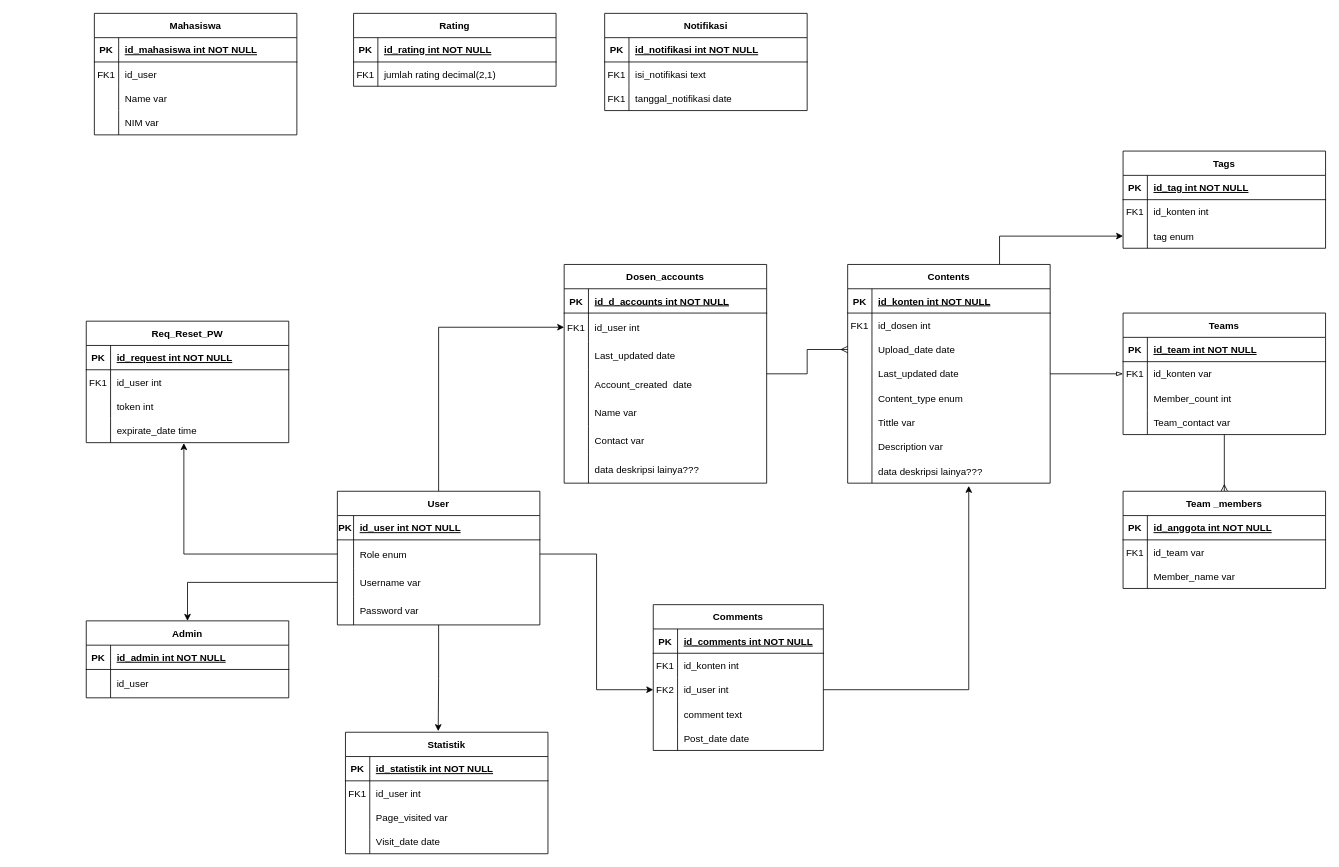
Iknip26/PAD_portofolio_TA keeps this draw.io diagram as Untitled Diagram.drawio. Above is the earlier version. Source tidied: cells renumbered, new cells numbered last; positions are measured from the earlier drawing's top-left corner, leaving out a move shared by most shapes. Both pictures are drawn from the tidied source at 81%, with x=0, y=0 at pixel (86, 13).
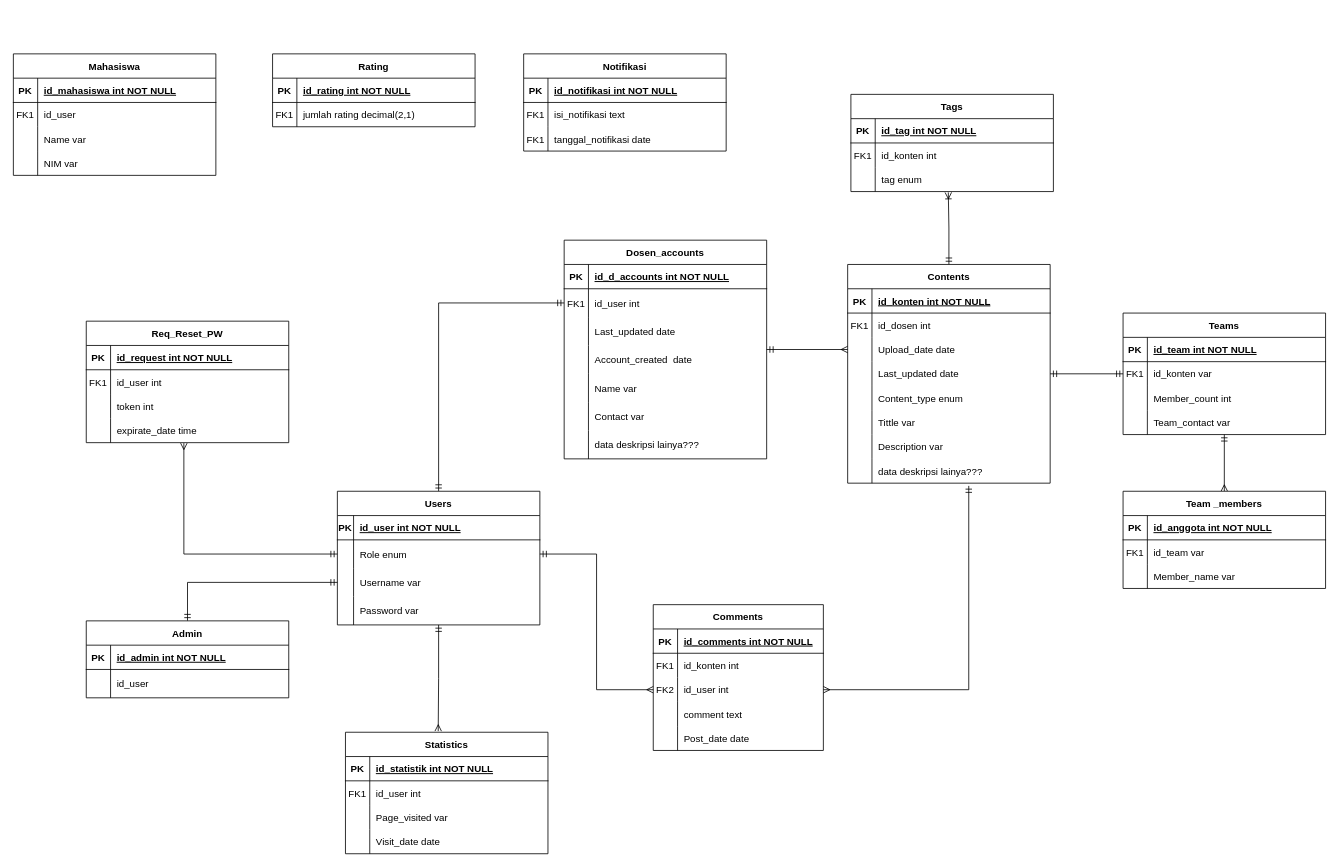
Above is the later version.

Unchanged cells that the change refers to:
```xml
<mxCell id="4" value="Contents" style="shape=table;startSize=30;childLayout=tableLayout;rowLines=0;fontStyle=1;align=center;" parent="1" vertex="1">
  <mxGeometry x="940" y="310" width="250" height="270" as="geometry" />
</mxCell>
<mxCell id="11" style="shape=partialRectangle;fillColor=none;points=[[0,0.5],[1,0.5]];portConstraint=eastwest;top=0;left=0;right=0;bottom=0;" parent="4" vertex="1">
  <mxGeometry y="90" width="250" height="30" as="geometry" />
</mxCell>
<mxCell id="26" style="shape=partialRectangle;fillColor=none;points=[[0,0.5],[1,0.5]];portConstraint=eastwest;top=0;left=0;right=0;bottom=0;" parent="4" vertex="1">
  <mxGeometry y="240" width="250" height="30" as="geometry" />
</mxCell>
<mxCell id="37" style="shape=partialRectangle;fillColor=none;points=[[0,0.5],[1,0.5]];portConstraint=eastwest;top=0;left=0;right=0;bottom=0;" parent="30" vertex="1">
  <mxGeometry y="90" width="210" height="30" as="geometry" />
</mxCell>
<mxCell id="53" style="shape=partialRectangle;fillColor=none;points=[[0,0.5],[1,0.5]];portConstraint=eastwest;top=0;left=0;right=0;bottom=0;" parent="49" vertex="1">
  <mxGeometry y="60" width="250" height="35" as="geometry" />
</mxCell>
<mxCell id="56" style="shape=partialRectangle;fillColor=none;points=[[0,0.5],[1,0.5]];portConstraint=eastwest;top=0;left=0;right=0;bottom=0;" parent="49" vertex="1">
  <mxGeometry y="95" width="250" height="35" as="geometry" />
</mxCell>
<mxCell id="70" value="Teams" style="shape=table;startSize=30;childLayout=tableLayout;rowLines=0;fontStyle=1;align=center;" parent="1" vertex="1">
  <mxGeometry x="1280" y="370" width="250" height="150" as="geometry" />
</mxCell>
<mxCell id="74" style="shape=partialRectangle;fillColor=none;points=[[0,0.5],[1,0.5]];portConstraint=eastwest;top=0;left=0;right=0;bottom=0;" parent="70" vertex="1">
  <mxGeometry y="60" width="250" height="30" as="geometry" />
</mxCell>
<mxCell id="83" value="Team _members" style="shape=table;startSize=30;childLayout=tableLayout;rowLines=0;fontStyle=1;align=center;" parent="1" vertex="1">
  <mxGeometry x="1280" y="590" width="250" height="120" as="geometry" />
</mxCell>
<mxCell id="126" style="shape=partialRectangle;fillColor=none;points=[[0,0.5],[1,0.5]];portConstraint=eastwest;top=0;left=0;right=0;bottom=0;" parent="116" vertex="1">
  <mxGeometry y="120" width="250" height="30" as="geometry" />
</mxCell>
<mxCell id="134" style="shape=partialRectangle;fillColor=none;points=[[0,0.5],[1,0.5]];portConstraint=eastwest;top=0;left=0;right=0;bottom=0;" parent="130" vertex="1">
  <mxGeometry y="60" width="250" height="35" as="geometry" />
</mxCell>
<mxCell id="152" value="Admin" style="shape=table;startSize=30;childLayout=tableLayout;rowLines=0;fontStyle=1;align=center;" parent="1" vertex="1">
  <mxGeometry y="750" width="250" height="95" as="geometry" />
</mxCell>
<mxCell id="166" style="shape=partialRectangle;fillColor=none;points=[[0,0.5],[1,0.5]];portConstraint=eastwest;top=0;left=0;right=0;bottom=0;" parent="159" vertex="1">
  <mxGeometry y="90" width="250" height="30" as="geometry" />
</mxCell>
```

Diff of the diagram source:
```diff
@@
-    <mxCell id="2" style="edgeStyle=orthogonalEdgeStyle;rounded=0;jettySize=auto;html=1;entryX=0;entryY=0.5;entryDx=0;entryDy=0;endArrow=blockThin;endFill=0;" parent="1" edge="1" source="4" target="74">
+    <mxCell id="2" style="edgeStyle=orthogonalEdgeStyle;rounded=0;jettySize=auto;html=1;entryX=0;entryY=0.5;entryDx=0;entryDy=0;endArrow=ERmandOne;endFill=0;startArrow=ERmandOne;startFill=0;" parent="1" edge="1" source="4" target="74">
       <mxGeometry relative="1" as="geometry" />
     </mxCell>
-    <mxCell id="3" style="edgeStyle=orthogonalEdgeStyle;rounded=0;jettySize=auto;html=1;exitX=0.75;exitY=0;exitDx=0;exitDy=0;entryX=0;entryY=0.5;entryDx=0;entryDy=0;" parent="1" edge="1" source="4" target="166">
+    <mxCell id="3" style="edgeStyle=orthogonalEdgeStyle;rounded=0;jettySize=auto;html=1;entryX=0.481;entryY=1.034;entryDx=0;entryDy=0;entryPerimeter=0;startArrow=ERmandOne;startFill=0;shadow=0;endArrow=ERoneToMany;endFill=0;" parent="1" edge="1" source="4" target="166">
       <mxGeometry relative="1" as="geometry" />
     </mxCell>
@@
-    <mxCell id="29" style="edgeStyle=orthogonalEdgeStyle;rounded=0;jettySize=auto;html=1;entryX=0.598;entryY=1.112;entryDx=0;entryDy=0;entryPerimeter=0;exitX=1;exitY=0.5;exitDx=0;exitDy=0;" parent="1" edge="1" source="37" target="26">
+    <mxCell id="29" style="edgeStyle=orthogonalEdgeStyle;rounded=0;jettySize=auto;html=1;entryX=0.598;entryY=1.112;entryDx=0;entryDy=0;entryPerimeter=0;exitX=1;exitY=0.5;exitDx=0;exitDy=0;startArrow=ERmany;startFill=0;endArrow=ERmandOne;endFill=0;" parent="1" edge="1" source="37" target="26">
       <mxGeometry relative="1" as="geometry">
         <Array as="points">
           <mxPoint x="1089" y="835" />
           <mxPoint x="1089" y="583" />
         </Array>
       </mxGeometry>
     </mxCell>
@@
-    <mxCell id="46" style="edgeStyle=orthogonalEdgeStyle;rounded=0;jettySize=auto;html=1;entryX=0;entryY=0.5;entryDx=0;entryDy=0;" parent="1" edge="1" source="49" target="134">
+    <mxCell id="46" style="edgeStyle=orthogonalEdgeStyle;rounded=0;jettySize=auto;html=1;entryX=0;entryY=0.5;entryDx=0;entryDy=0;startArrow=ERmandOne;startFill=0;endArrow=ERmandOne;endFill=0;" parent="1" edge="1" source="49" target="134">
       <mxGeometry relative="1" as="geometry" />
     </mxCell>
-    <mxCell id="47" style="edgeStyle=orthogonalEdgeStyle;rounded=0;jettySize=auto;html=1;entryX=0.5;entryY=0;entryDx=0;entryDy=0;exitX=0;exitY=0.5;exitDx=0;exitDy=0;" parent="1" edge="1" source="56" target="152">
+    <mxCell id="47" style="edgeStyle=orthogonalEdgeStyle;rounded=0;jettySize=auto;html=1;entryX=0.5;entryY=0;entryDx=0;entryDy=0;exitX=0;exitY=0.5;exitDx=0;exitDy=0;startArrow=ERmandOne;startFill=0;endArrow=ERmandOne;endFill=0;" parent="1" edge="1" source="56" target="152">
       <mxGeometry relative="1" as="geometry" />
     </mxCell>
-    <mxCell id="48" style="edgeStyle=orthogonalEdgeStyle;rounded=0;jettySize=auto;html=1;entryX=0.458;entryY=-0.009;entryDx=0;entryDy=0;entryPerimeter=0;" parent="1" edge="1" source="49" target="93">
+    <mxCell id="48" style="edgeStyle=orthogonalEdgeStyle;rounded=0;jettySize=auto;html=1;entryX=0.458;entryY=-0.009;entryDx=0;entryDy=0;entryPerimeter=0;startArrow=ERmandOne;startFill=0;endArrow=ERmany;endFill=0;" parent="1" edge="1" source="49" target="93">
       <mxGeometry relative="1" as="geometry" />
     </mxCell>
-    <mxCell id="49" value="User" style="shape=table;startSize=30;childLayout=tableLayout;rowLines=0;fontStyle=1;align=center;" parent="1" vertex="1">
+    <mxCell id="49" value="Users" style="shape=table;startSize=30;childLayout=tableLayout;rowLines=0;fontStyle=1;align=center;" parent="1" vertex="1">
       <mxGeometry x="310" y="590" width="250" height="165" as="geometry" />
     </mxCell>
@@
     <mxCell id="62" value="Rating" style="shape=table;startSize=30;childLayout=tableLayout;rowLines=0;fontStyle=1;align=center;" parent="1" vertex="1">
-      <mxGeometry x="330" width="250" height="90" as="geometry" />
+      <mxGeometry x="230" y="50" width="250" height="90" as="geometry" />
     </mxCell>
@@
-    <mxCell id="69" style="edgeStyle=orthogonalEdgeStyle;rounded=0;jettySize=auto;html=1;entryX=0.5;entryY=0;entryDx=0;entryDy=0;endArrow=ERmany;endFill=0;" parent="1" edge="1" source="70" target="83">
+    <mxCell id="69" style="edgeStyle=orthogonalEdgeStyle;rounded=0;jettySize=auto;html=1;entryX=0.5;entryY=0;entryDx=0;entryDy=0;endArrow=ERmany;endFill=0;startArrow=ERmandOne;startFill=0;" parent="1" edge="1" source="70" target="83">
       <mxGeometry relative="1" as="geometry" />
     </mxCell>
@@
-    <mxCell id="93" value="Statistik" style="shape=table;startSize=30;childLayout=tableLayout;rowLines=0;fontStyle=1;align=center;" parent="1" vertex="1">
+    <mxCell id="93" value="Statistics" style="shape=table;startSize=30;childLayout=tableLayout;rowLines=0;fontStyle=1;align=center;" parent="1" vertex="1">
       <mxGeometry x="320" y="887.5" width="250" height="150" as="geometry" />
     </mxCell>
@@
     <mxCell id="106" value="Notifikasi" style="shape=table;startSize=30;childLayout=tableLayout;rowLines=0;fontStyle=1;align=center;" parent="1" vertex="1">
-      <mxGeometry x="640" width="250" height="120" as="geometry" />
+      <mxGeometry x="540" y="50" width="250" height="120" as="geometry" />
     </mxCell>
@@
-    <mxCell id="129" style="edgeStyle=orthogonalEdgeStyle;rounded=0;jettySize=auto;html=1;entryX=0;entryY=0.5;entryDx=0;entryDy=0;endArrow=ERmany;endFill=0;" parent="1" edge="1" source="130" target="11">
+    <mxCell id="129" style="edgeStyle=orthogonalEdgeStyle;rounded=0;jettySize=auto;html=1;entryX=0;entryY=0.5;entryDx=0;entryDy=0;endArrow=ERmany;endFill=0;startArrow=ERmandOne;startFill=0;" parent="1" edge="1" source="130" target="11">
       <mxGeometry relative="1" as="geometry" />
     </mxCell>
     <mxCell id="130" value="Dosen_accounts" style="shape=table;startSize=30;childLayout=tableLayout;rowLines=0;fontStyle=1;align=center;" parent="1" vertex="1">
-      <mxGeometry x="590" y="310" width="250" height="270" as="geometry" />
+      <mxGeometry x="590" y="280" width="250" height="270" as="geometry" />
     </mxCell>
@@
     <mxCell id="159" value="Tags" style="shape=table;startSize=30;childLayout=tableLayout;rowLines=0;fontStyle=1;align=center;" parent="1" vertex="1">
-      <mxGeometry x="1280" y="170" width="250" height="120" as="geometry" />
+      <mxGeometry x="944" y="100" width="250" height="120" as="geometry" />
     </mxCell>
@@
-    <mxCell id="169" style="edgeStyle=orthogonalEdgeStyle;rounded=0;jettySize=auto;html=1;entryX=0.482;entryY=1.019;entryDx=0;entryDy=0;entryPerimeter=0;" parent="1" edge="1" source="53" target="126">
+    <mxCell id="169" style="edgeStyle=orthogonalEdgeStyle;rounded=0;jettySize=auto;html=1;entryX=0.482;entryY=1.019;entryDx=0;entryDy=0;entryPerimeter=0;startArrow=ERmandOne;startFill=0;endArrow=ERmany;endFill=0;" parent="1" edge="1" source="53" target="126">
       <mxGeometry relative="1" as="geometry" />
     </mxCell>
-    <mxCell id="170" style="edgeStyle=orthogonalEdgeStyle;rounded=0;jettySize=auto;html=1;entryX=0;entryY=0.5;entryDx=0;entryDy=0;" parent="1" edge="1" source="53" target="37">
+    <mxCell id="170" style="edgeStyle=orthogonalEdgeStyle;rounded=0;jettySize=auto;html=1;entryX=0;entryY=0.5;entryDx=0;entryDy=0;startArrow=ERmandOne;startFill=0;endArrow=ERmany;endFill=0;" parent="1" edge="1" source="53" target="37">
       <mxGeometry relative="1" as="geometry" />
     </mxCell>
     <mxCell id="171" value="Mahasiswa" style="shape=table;startSize=30;childLayout=tableLayout;rowLines=0;fontStyle=1;align=center;" parent="1" vertex="1">
-      <mxGeometry x="10" width="250" height="150" as="geometry" />
+      <mxGeometry x="-90" y="50" width="250" height="150" as="geometry" />
     </mxCell>
```
